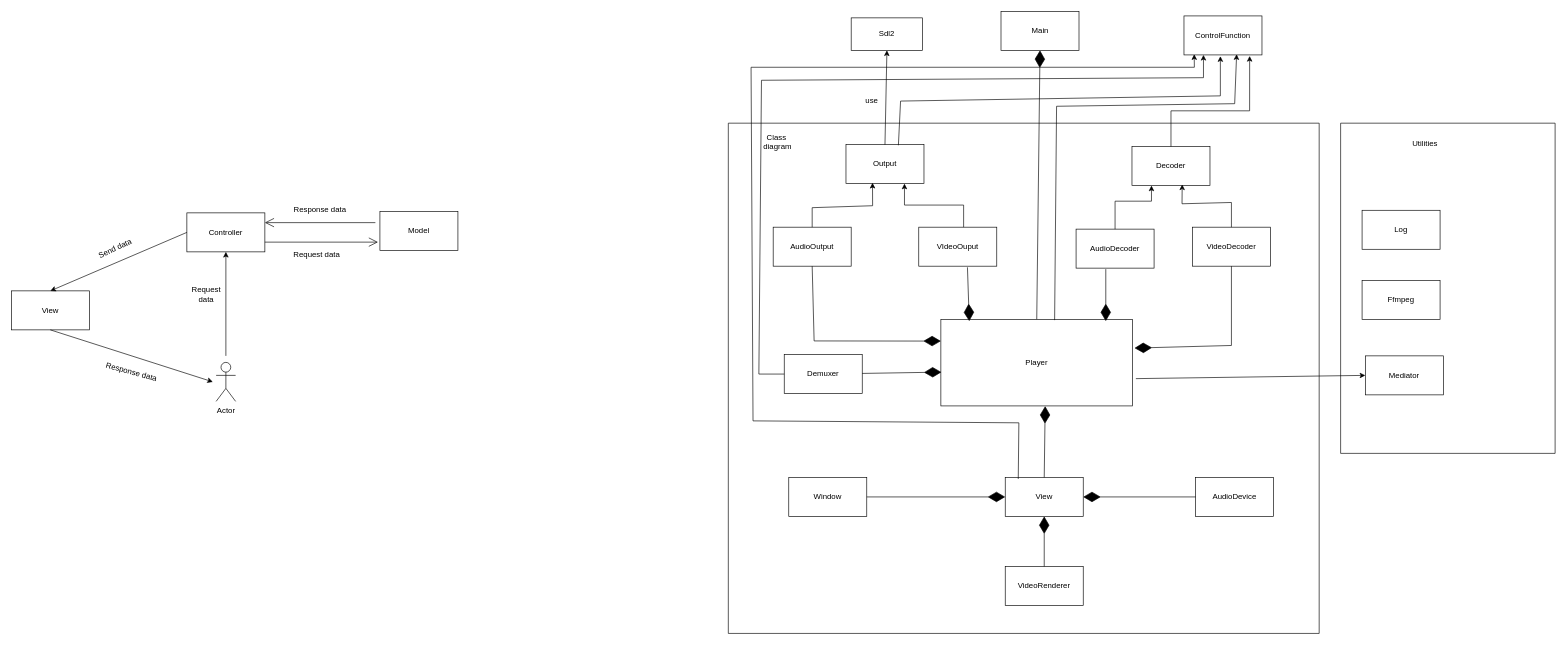
Above: document/DetailDesign.drawio in Huuloc101010/MediaPlayer (draw.io), before the change. Source tidied: cells renumbered, new cells numbered last; positions are measured from the earlier drawing's top-left corner, leaving out a move shared by most shapes. Both pictures are drawn from the tidied source at 65%, with x=0, y=0 at pixel (11, 11).
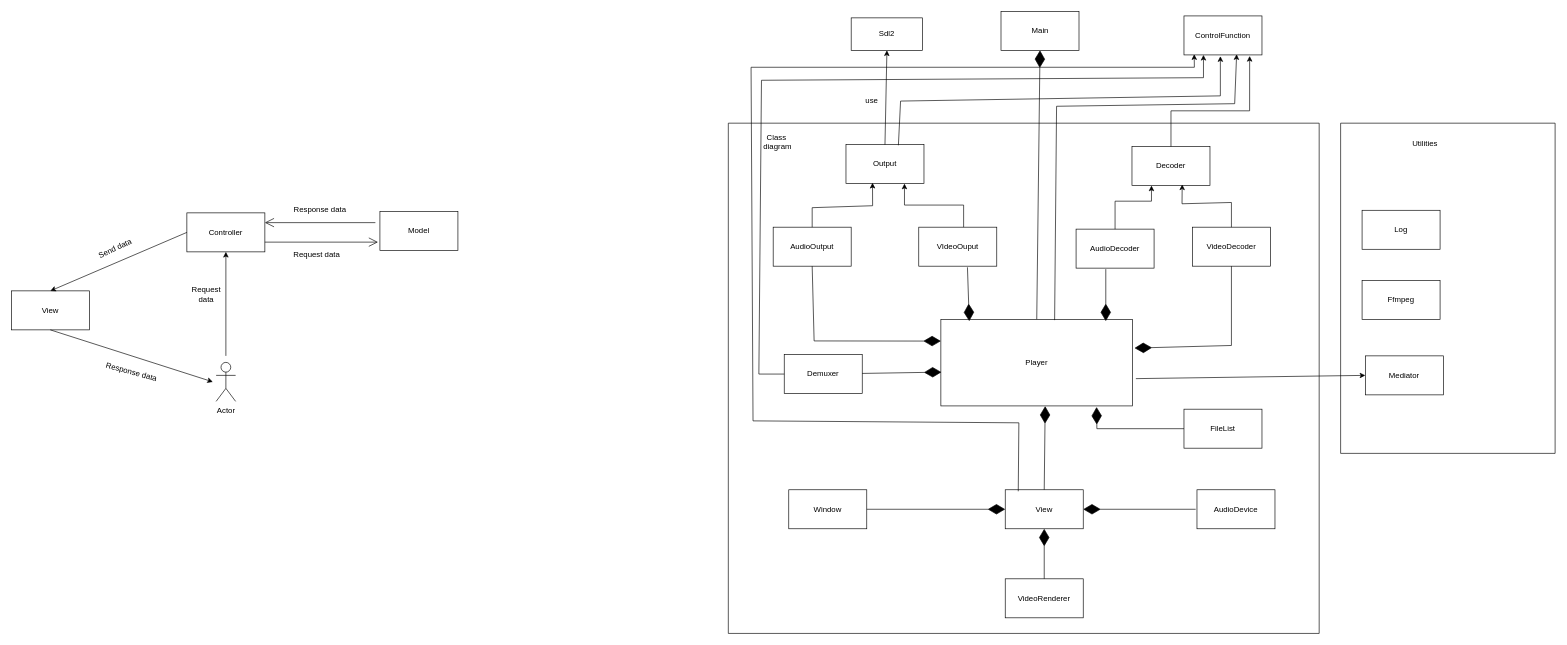
The same diagram, later.

Commit message:
update detail design

Unchanged cells that the change refers to:
```xml
<mxCell id="5" style="swimlane;startSize=0;gradientColor=none;swimlaneFillColor=none;" parent="1" vertex="1">
  <mxGeometry x="1103" y="172" width="909" height="785" as="geometry" />
</mxCell>
<mxCell id="7" value="Player" style="rounded=0;whiteSpace=wrap;html=1;strokeColor=default;fillColor=default;" parent="5" vertex="1">
  <mxGeometry x="327" y="302" width="295" height="133" as="geometry" />
</mxCell>
```

What changed in the source:
```diff
@@
     <mxCell id="24" value="View" style="rounded=0;whiteSpace=wrap;html=1;" parent="5" vertex="1">
-      <mxGeometry x="426" y="545" width="120" height="60" as="geometry" />
+      <mxGeometry x="426" y="564" width="120" height="60" as="geometry" />
     </mxCell>
@@
     <mxCell id="26" value="AudioDevice" style="rounded=0;whiteSpace=wrap;html=1;" parent="5" vertex="1">
-      <mxGeometry x="719" y="545" width="120" height="60" as="geometry" />
+      <mxGeometry x="721" y="564" width="120" height="60" as="geometry" />
     </mxCell>
     <mxCell id="27" value="Window" style="rounded=0;whiteSpace=wrap;html=1;" parent="5" vertex="1">
-      <mxGeometry x="93" y="545" width="120" height="60" as="geometry" />
+      <mxGeometry x="93" y="564" width="120" height="60" as="geometry" />
     </mxCell>
     <mxCell id="28" value="VideoRenderer" style="rounded=0;whiteSpace=wrap;html=1;" parent="5" vertex="1">
-      <mxGeometry x="426" y="682" width="120" height="60" as="geometry" />
+      <mxGeometry x="426" y="701" width="120" height="60" as="geometry" />
     </mxCell>
@@
-    <mxCell id="31" style="endArrow=diamondThin;endFill=1;endSize=24;html=1;rounded=0;entryX=1;entryY=0.5;entryDx=0;entryDy=0;exitX=0;exitY=0.5;exitDx=0;exitDy=0;" parent="5" edge="1" source="26" target="24">
-      <mxGeometry relative="1" as="geometry" />
+    <mxCell id="31" style="endArrow=diamondThin;endFill=1;endSize=24;html=1;rounded=0;entryX=1;entryY=0.5;entryDx=0;entryDy=0;exitX=0;exitY=0.5;exitDx=0;exitDy=0;" parent="5" edge="1" target="24">
+      <mxGeometry relative="1" as="geometry">
+        <mxPoint x="719" y="594" as="sourcePoint" />
+      </mxGeometry>
     </mxCell>
+    <mxCell id="60" value="FileList" style="rounded=0;whiteSpace=wrap;html=1;" parent="5" vertex="1">
+      <mxGeometry x="701" y="440" width="120" height="60" as="geometry" />
+    </mxCell>
+    <mxCell id="61" style="endArrow=diamondThin;endFill=1;endSize=24;html=1;rounded=0;entryX=0.812;entryY=1.013;entryDx=0;entryDy=0;entryPerimeter=0;exitX=0;exitY=0.5;exitDx=0;exitDy=0;" parent="5" edge="1" source="60" target="7">
+      <mxGeometry relative="1" as="geometry">
+        <Array as="points">
+          <mxPoint x="567" y="470" />
+        </Array>
+      </mxGeometry>
+    </mxCell>
```
